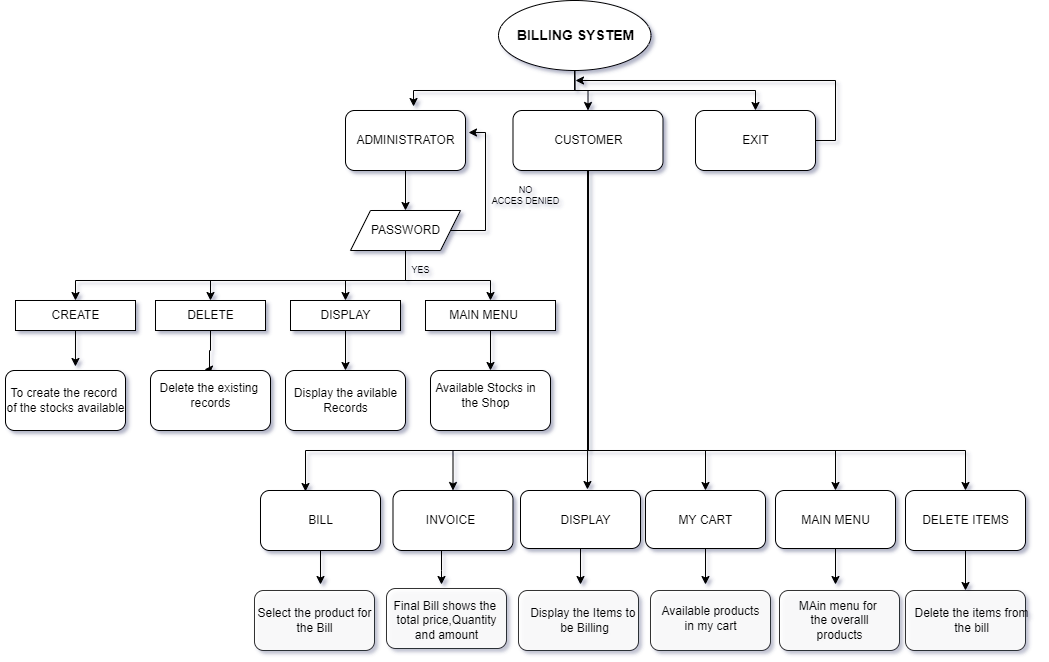
madesh1604/M1_Application_Billingsystem keeps this draw.io diagram as 2_Design/billing system diagram.drawio.png. Above is the earlier version. Source tidied: cells renumbered, new cells last; positions are measured from the earlier drawing's top-left corner, leaving out a move shared by most shapes.
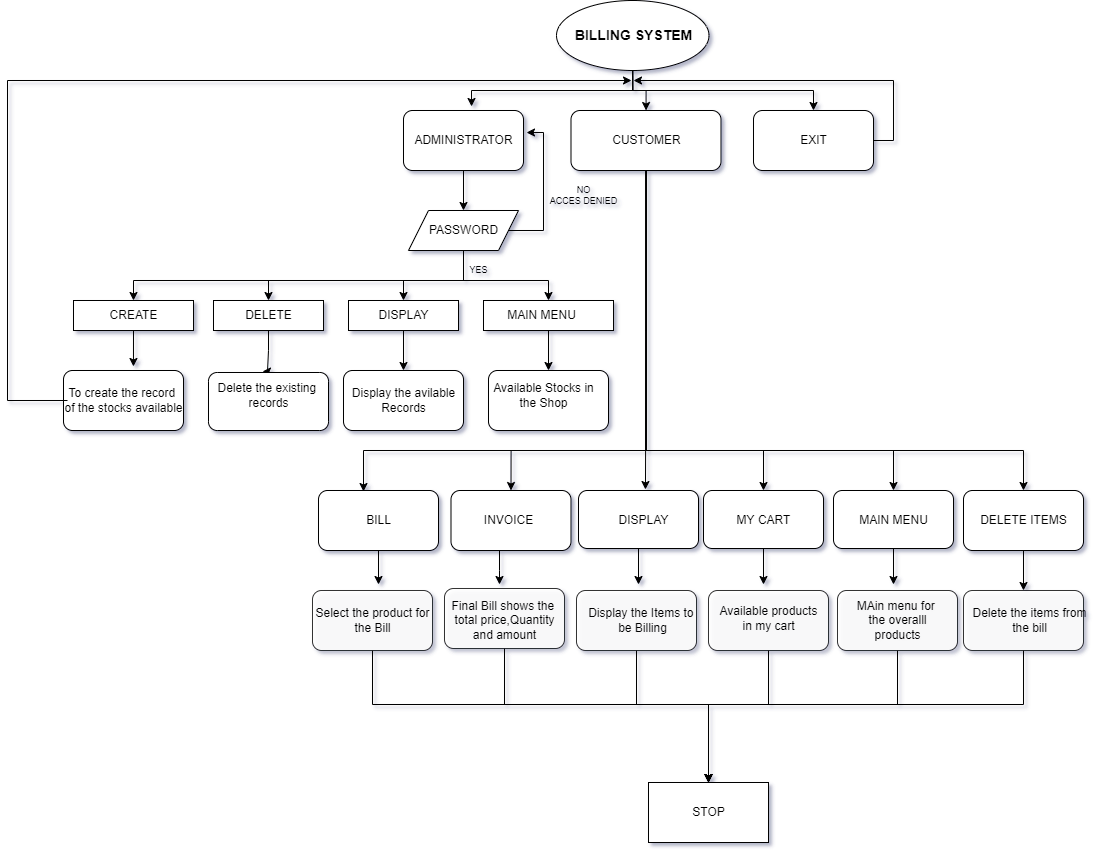
Later version of the same file.

Diff of the diagram source:
```diff
@@ -154,7 +154,7 @@
       <mxGeometry x="5" y="370" width="120" height="60" as="geometry" />
     </mxCell>
     <mxCell id="32" style="rounded=1;whiteSpace=wrap;html=1;" parent="1" vertex="1">
-      <mxGeometry x="150" y="370" width="120" height="60" as="geometry" />
+      <mxGeometry x="150" y="372" width="120" height="58" as="geometry" />
     </mxCell>
     <mxCell id="33" style="rounded=1;whiteSpace=wrap;html=1;" parent="1" vertex="1">
       <mxGeometry x="285" y="370" width="120" height="60" as="geometry" />
@@ -239,6 +239,16 @@
     <mxCell id="55" value="&lt;br&gt;&lt;br&gt;" style="text;html=1;align=center;verticalAlign=middle;fillColor=none;strokeColor=none;rounded=0;" parent="1" vertex="1">
       <mxGeometry x="55" y="365" width="20" height="30" as="geometry" />
     </mxCell>
+    <mxCell id="81" style="edgeStyle=orthogonalEdgeStyle;rounded=0;orthogonalLoop=1;jettySize=auto;html=1;" parent="1" edge="1">
+      <mxGeometry relative="1" as="geometry">
+        <mxPoint x="9" y="400" as="sourcePoint" />
+        <mxPoint x="573" y="80" as="targetPoint" />
+        <Array as="points">
+          <mxPoint x="-51" y="400" />
+          <mxPoint x="-51" y="80" />
+        </Array>
+      </mxGeometry>
+    </mxCell>
     <mxCell id="56" value="To create the record&amp;nbsp;&lt;br&gt;of the stocks available&lt;br&gt;" style="text;html=1;align=center;verticalAlign=middle;fillColor=none;strokeColor=none;rounded=0;" parent="1" vertex="1">
       <mxGeometry y="385" width="130" height="30" as="geometry" />
     </mxCell>
@@ -278,21 +288,69 @@
     <mxCell id="68" value="YES" style="text;html=1;align=center;verticalAlign=middle;fillColor=none;strokeColor=none;rounded=0;fontSize=9;opacity=80;" parent="1" vertex="1">
       <mxGeometry x="405" y="260" width="30" height="20" as="geometry" />
     </mxCell>
+    <mxCell id="82" style="edgeStyle=orthogonalEdgeStyle;rounded=0;jettySize=auto;html=1;entryX=0.5;entryY=0;entryDx=0;entryDy=0;" parent="1" edge="1" source="69" target="88">
+      <mxGeometry relative="1" as="geometry">
+        <Array as="points">
+          <mxPoint x="314" y="704" />
+          <mxPoint x="650" y="704" />
+        </Array>
+      </mxGeometry>
+    </mxCell>
     <mxCell id="69" style="rounded=1;whiteSpace=wrap;html=1;fontSize=9;strokeWidth=0;opacity=80;fontStyle=1;labelBackgroundColor=none;labelBorderColor=none;" parent="1" vertex="1">
       <mxGeometry x="254" y="590" width="120" height="60" as="geometry" />
     </mxCell>
+    <mxCell id="83" style="edgeStyle=orthogonalEdgeStyle;rounded=0;jettySize=auto;html=1;entryX=0.5;entryY=0;entryDx=0;entryDy=0;" parent="1" edge="1" source="70" target="88">
+      <mxGeometry relative="1" as="geometry">
+        <Array as="points">
+          <mxPoint x="446" y="704" />
+          <mxPoint x="650" y="704" />
+        </Array>
+      </mxGeometry>
+    </mxCell>
     <mxCell id="70" style="rounded=1;whiteSpace=wrap;html=1;fontSize=9;strokeWidth=0;opacity=80;fontStyle=1;labelBackgroundColor=none;labelBorderColor=none;" parent="1" vertex="1">
       <mxGeometry x="386" y="588" width="120" height="60" as="geometry" />
     </mxCell>
+    <mxCell id="84" style="edgeStyle=orthogonalEdgeStyle;rounded=0;jettySize=auto;html=1;entryX=0.5;entryY=0;entryDx=0;entryDy=0;" parent="1" edge="1" source="71" target="88">
+      <mxGeometry relative="1" as="geometry">
+        <Array as="points">
+          <mxPoint x="839" y="704" />
+          <mxPoint x="650" y="704" />
+        </Array>
+      </mxGeometry>
+    </mxCell>
     <mxCell id="71" style="rounded=1;whiteSpace=wrap;html=1;fontSize=9;strokeWidth=0;opacity=80;fontStyle=1;labelBackgroundColor=none;labelBorderColor=none;" parent="1" vertex="1">
       <mxGeometry x="779" y="590" width="120" height="60" as="geometry" />
     </mxCell>
+    <mxCell id="85" style="edgeStyle=orthogonalEdgeStyle;rounded=0;jettySize=auto;html=1;exitX=0.5;exitY=1;exitDx=0;exitDy=0;entryX=0.5;entryY=0;entryDx=0;entryDy=0;" parent="1" edge="1" source="72" target="88">
+      <mxGeometry relative="1" as="geometry">
+        <Array as="points">
+          <mxPoint x="710" y="704" />
+          <mxPoint x="650" y="704" />
+        </Array>
+      </mxGeometry>
+    </mxCell>
     <mxCell id="72" style="rounded=1;whiteSpace=wrap;html=1;fontSize=9;strokeWidth=0;opacity=80;fontStyle=1;labelBackgroundColor=none;labelBorderColor=none;" parent="1" vertex="1">
       <mxGeometry x="650" y="590" width="120" height="60" as="geometry" />
     </mxCell>
+    <mxCell id="86" style="edgeStyle=orthogonalEdgeStyle;rounded=0;jettySize=auto;html=1;exitX=0.5;exitY=1;exitDx=0;exitDy=0;entryX=0.5;entryY=0;entryDx=0;entryDy=0;" parent="1" edge="1" source="73" target="88">
+      <mxGeometry relative="1" as="geometry">
+        <Array as="points">
+          <mxPoint x="578" y="704" />
+          <mxPoint x="650" y="704" />
+        </Array>
+      </mxGeometry>
+    </mxCell>
     <mxCell id="73" style="rounded=1;whiteSpace=wrap;html=1;fontSize=9;strokeWidth=0;opacity=80;fontStyle=1;labelBackgroundColor=none;labelBorderColor=none;" parent="1" vertex="1">
       <mxGeometry x="518" y="590" width="120" height="60" as="geometry" />
     </mxCell>
+    <mxCell id="87" style="edgeStyle=orthogonalEdgeStyle;rounded=0;jettySize=auto;html=1;entryX=0.5;entryY=0;entryDx=0;entryDy=0;" parent="1" edge="1" source="74" target="88">
+      <mxGeometry relative="1" as="geometry">
+        <Array as="points">
+          <mxPoint x="965" y="704" />
+          <mxPoint x="650" y="704" />
+        </Array>
+      </mxGeometry>
+    </mxCell>
     <mxCell id="74" style="rounded=1;whiteSpace=wrap;html=1;fontSize=9;strokeWidth=0;opacity=80;fontStyle=1;labelBackgroundColor=none;labelBorderColor=none;" parent="1" vertex="1">
       <mxGeometry x="905" y="590" width="120" height="60" as="geometry" />
     </mxCell>
@@ -314,5 +372,11 @@
     <mxCell id="80" value="Delete the items from&lt;br&gt;the bill" style="text;html=1;align=center;verticalAlign=middle;fillColor=none;strokeColor=none;rounded=0;labelBackgroundColor=none;labelBorderColor=none;fontSize=12;opacity=80;" parent="1" vertex="1">
       <mxGeometry x="905" y="602" width="132" height="36" as="geometry" />
     </mxCell>
+    <mxCell id="88" style="rounded=0;whiteSpace=wrap;html=1;" parent="1" vertex="1">
+      <mxGeometry x="590" y="782" width="120" height="60" as="geometry" />
+    </mxCell>
+    <mxCell id="89" value="STOP" style="text;html=1;align=center;verticalAlign=middle;fillColor=none;strokeColor=none;rounded=0;" parent="1" vertex="1">
+      <mxGeometry x="626" y="800" width="48" height="24" as="geometry" />
+    </mxCell>
   </root>
 </mxGraphModel>
```
